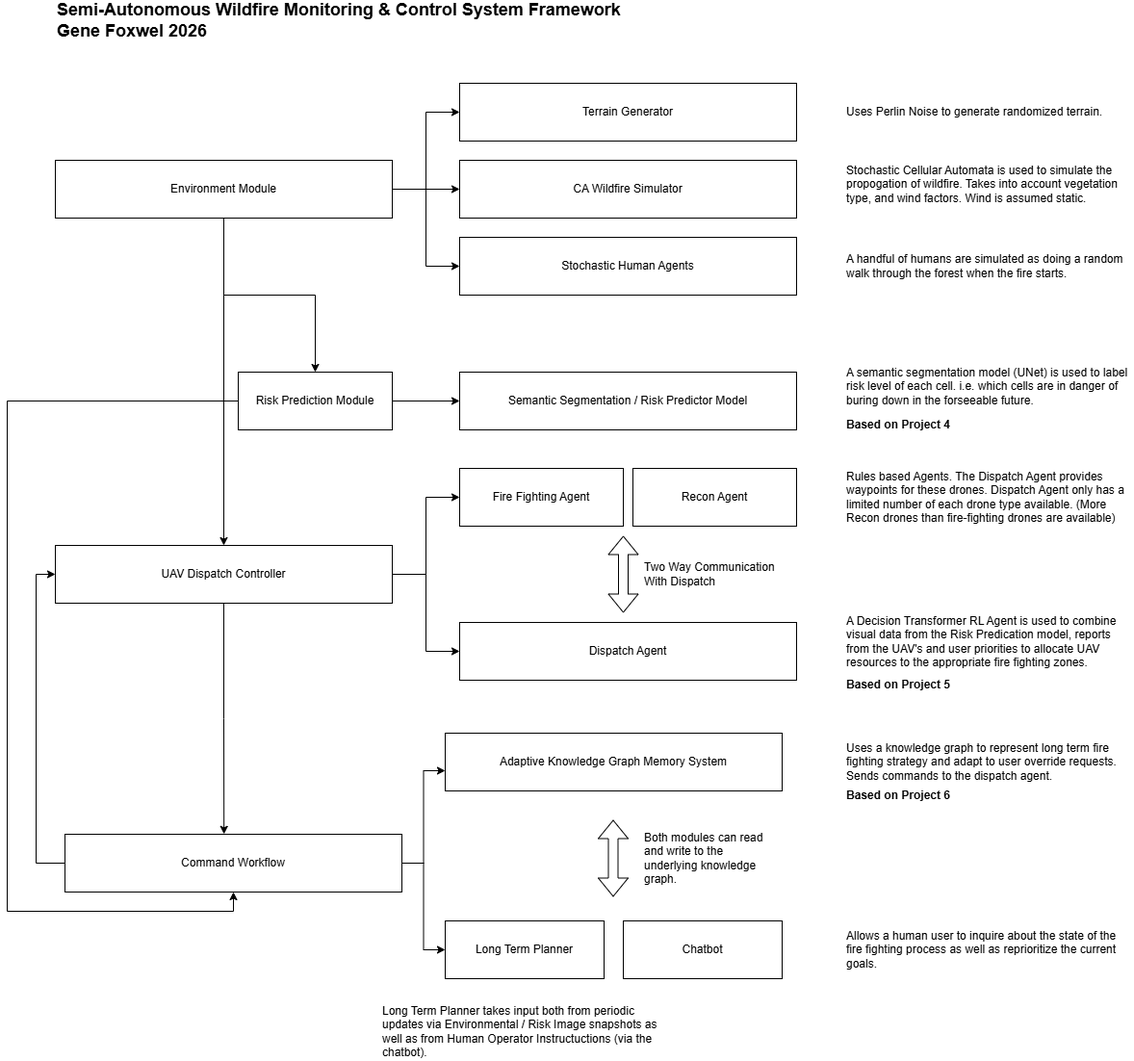
Earlier version of the draw.io export SystemDesign.drawio.png (streklin/industry-integrated-ai-systems-synthesis). Source tidied: cells renumbered, new cells last; positions are measured from the earlier drawing's top-left corner, leaving out a move shared by most shapes.
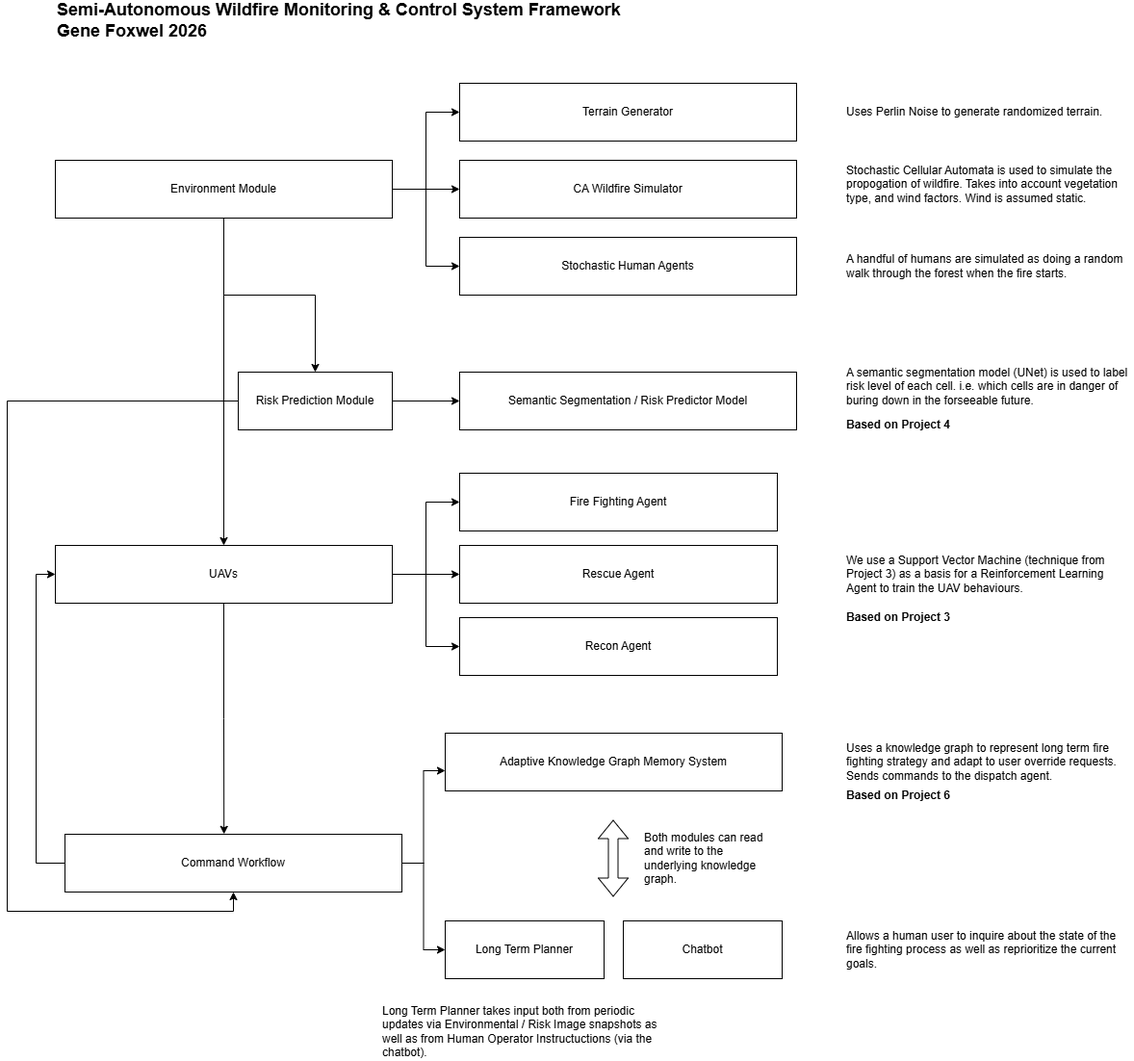
Above is the later version.

The edit, as a diff of the source:
```diff
@@ -62,30 +62,24 @@
     <mxCell id="19" value="A semantic segmentation model (UNet) is used to label risk level of each cell. i.e. which cells are in danger of buring down in the forseeable future." style="text;html=1;align=left;verticalAlign=middle;whiteSpace=wrap;rounded=0;" parent="1" vertex="1">
       <mxGeometry x="870" y="380" width="300" height="30" as="geometry" />
     </mxCell>
-    <mxCell id="20" style="edgeStyle=orthogonalEdgeStyle;rounded=0;jettySize=auto;html=1;entryX=0;entryY=0.5;entryDx=0;entryDy=0;" parent="1" edge="1" source="22" target="25">
-      <mxGeometry relative="1" as="geometry" />
-    </mxCell>
     <mxCell id="21" style="edgeStyle=orthogonalEdgeStyle;rounded=0;jettySize=auto;html=1;entryX=0;entryY=0.5;entryDx=0;entryDy=0;" parent="1" edge="1" source="22" target="24">
       <mxGeometry relative="1" as="geometry" />
     </mxCell>
+    <mxCell id="46" style="edgeStyle=orthogonalEdgeStyle;rounded=0;jettySize=auto;html=1;entryX=0;entryY=0.5;entryDx=0;entryDy=0;" parent="1" edge="1" source="22" target="48">
+      <mxGeometry relative="1" as="geometry" />
+    </mxCell>
+    <mxCell id="47" style="edgeStyle=orthogonalEdgeStyle;rounded=0;jettySize=auto;html=1;entryX=0;entryY=0.5;entryDx=0;entryDy=0;" parent="1" edge="1" source="22" target="23">
+      <mxGeometry relative="1" as="geometry" />
+    </mxCell>
-    <mxCell id="22" value="UAV Dispatch Controller" style="rounded=0;whiteSpace=wrap;html=1;" parent="1" vertex="1">
+    <mxCell id="22" value="UAVs" style="rounded=0;whiteSpace=wrap;html=1;" parent="1" vertex="1">
       <mxGeometry x="50" y="560" width="350" height="60" as="geometry" />
     </mxCell>
     <mxCell id="23" value="Recon Agent" style="rounded=0;whiteSpace=wrap;html=1;" parent="1" vertex="1">
-      <mxGeometry x="650" y="480" width="170" height="60" as="geometry" />
+      <mxGeometry x="470" y="635" width="330" height="60" as="geometry" />
     </mxCell>
     <mxCell id="24" value="Fire Fighting Agent" style="rounded=0;whiteSpace=wrap;html=1;" parent="1" vertex="1">
-      <mxGeometry x="470" y="480" width="170" height="60" as="geometry" />
+      <mxGeometry x="470" y="485" width="330" height="60" as="geometry" />
     </mxCell>
-    <mxCell id="25" value="Dispatch Agent" style="rounded=0;whiteSpace=wrap;html=1;" parent="1" vertex="1">
-      <mxGeometry x="470" y="640" width="350" height="60" as="geometry" />
-    </mxCell>
-    <mxCell id="26" value="Rules based Agents. The Dispatch Agent provides waypoints for these drones. Dispatch Agent only has a limited number of each drone type available. (More Recon drones than fire-fighting drones are available)" style="text;html=1;align=left;verticalAlign=middle;whiteSpace=wrap;rounded=0;" parent="1" vertex="1">
-      <mxGeometry x="870" y="480" width="300" height="60" as="geometry" />
-    </mxCell>
-    <mxCell id="27" value="A Decision Transformer RL Agent is used to combine visual data from the Risk Predication model, reports from the UAV's and user priorities to allocate UAV resources to the appropriate fire fighting zones." style="text;html=1;align=left;verticalAlign=middle;whiteSpace=wrap;rounded=0;" parent="1" vertex="1">
-      <mxGeometry x="870" y="630" width="300" height="60" as="geometry" />
-    </mxCell>
     <mxCell id="28" style="edgeStyle=orthogonalEdgeStyle;rounded=0;jettySize=auto;html=1;entryX=0;entryY=0.5;entryDx=0;entryDy=0;" parent="1" edge="1" source="30" target="22">
       <mxGeometry relative="1" as="geometry">
         <Array as="points">
@@ -112,9 +106,6 @@
     <mxCell id="34" value="Based on Project 4&amp;nbsp;" style="text;html=1;align=left;verticalAlign=middle;whiteSpace=wrap;rounded=0;fontStyle=1;" parent="1" vertex="1">
       <mxGeometry x="870" y="420" width="300" height="30" as="geometry" />
     </mxCell>
-    <mxCell id="35" value="Based on Project 5" style="text;html=1;align=left;verticalAlign=middle;whiteSpace=wrap;rounded=0;fontStyle=1;" parent="1" vertex="1">
-      <mxGeometry x="870" y="690" width="300" height="30" as="geometry" />
-    </mxCell>
     <mxCell id="36" value="Uses a knowledge graph to represent long term fire fighting strategy and adapt to user override requests. Sends commands to the dispatch agent." style="text;html=1;align=left;verticalAlign=middle;whiteSpace=wrap;rounded=0;" parent="1" vertex="1">
       <mxGeometry x="870" y="755" width="300" height="60" as="geometry" />
     </mxCell>
@@ -124,15 +115,6 @@
     <mxCell id="38" value="Allows a human user to inquire about the state of the fire fighting process as well as reprioritize the current goals." style="text;html=1;align=left;verticalAlign=middle;whiteSpace=wrap;rounded=0;" parent="1" vertex="1">
       <mxGeometry x="870" y="950" width="300" height="60" as="geometry" />
     </mxCell>
-    <mxCell id="39" style="shape=flexArrow;endArrow=classic;startArrow=classic;html=1;rounded=0;" parent="1" edge="1">
-      <mxGeometry relative="1" as="geometry">
-        <mxPoint x="640" y="630" as="sourcePoint" />
-        <mxPoint x="640" y="550" as="targetPoint" />
-      </mxGeometry>
-    </mxCell>
-    <mxCell id="40" value="Two Way Communication With Dispatch" style="text;html=1;align=left;verticalAlign=middle;whiteSpace=wrap;rounded=0;" parent="1" vertex="1">
-      <mxGeometry x="660" y="560" width="160" height="60" as="geometry" />
-    </mxCell>
     <mxCell id="41" value="Adaptive Knowledge Graph Memory System" style="rounded=0;whiteSpace=wrap;html=1;" parent="1" vertex="1">
       <mxGeometry x="455" y="755" width="350" height="60" as="geometry" />
     </mxCell>
@@ -151,5 +133,14 @@
     <mxCell id="45" value="Long Term Planner takes input both from periodic updates via Environmental / Risk Image snapshots as well as from Human Operator Instructuctions (via the chatbot)." style="text;html=1;align=left;verticalAlign=middle;whiteSpace=wrap;rounded=0;" parent="1" vertex="1">
       <mxGeometry x="387.5" y="1035" width="300" height="60" as="geometry" />
     </mxCell>
+    <mxCell id="48" value="Rescue Agent" style="rounded=0;whiteSpace=wrap;html=1;" parent="1" vertex="1">
+      <mxGeometry x="470" y="560" width="330" height="60" as="geometry" />
+    </mxCell>
+    <mxCell id="49" value="We use a Support Vector Machine (technique from Project 3) as a basis for a Reinforcement Learning Agent to train the UAV behaviours." style="text;html=1;align=left;verticalAlign=middle;whiteSpace=wrap;rounded=0;" parent="1" vertex="1">
+      <mxGeometry x="870" y="575" width="300" height="30" as="geometry" />
+    </mxCell>
+    <mxCell id="50" value="Based on Project 3&amp;nbsp;" style="text;html=1;align=left;verticalAlign=middle;whiteSpace=wrap;rounded=0;fontStyle=1;" parent="1" vertex="1">
+      <mxGeometry x="870" y="620" width="300" height="30" as="geometry" />
+    </mxCell>
   </root>
 </mxGraphModel>
```
